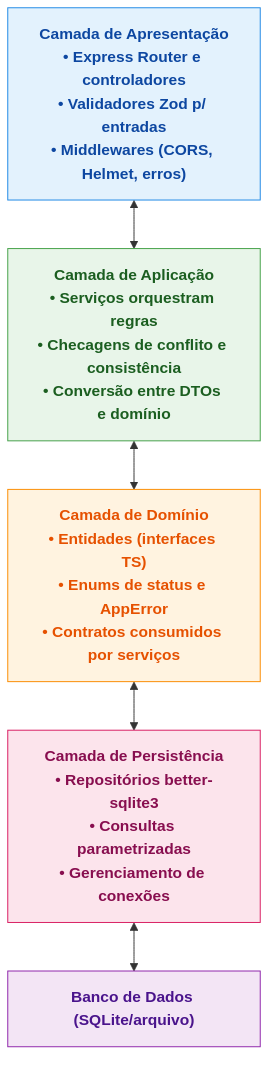
The Mermaid diagram uml/png/diagrama-estrutura-proposta.png in Ribapax/desSoft2502, before a commit. Its source is kept beside it as uml/diagrama-estrutura-proposta.mmd. The source it was exported from:
```mermaid
graph TD
    A["Camada de Apresentação<br/>• Express Router e controladores<br/>• Validadores Zod p/ entradas<br/>• Middlewares (CORS, Helmet, erros)"]
    B["Camada de Aplicação<br/>• Serviços orquestram regras
• Checagens de conflito e consistência
• Conversão entre DTOs e domínio"]
    C["Camada de Domínio<br/>• Entidades (interfaces TS)
• Enums de status e AppError
• Contratos consumidos por serviços"]
    D["Camada de Persistência<br/>• Repositórios better-sqlite3
• Consultas parametrizadas
• Gerenciamento de conexões"]
    E["Banco de Dados (SQLite/arquivo)"]

    A <--> B
    B <--> C
    C <--> D
    D <--> E

    classDef camada fill:#E3F2FD,stroke:#1E88E5,stroke-width:1px,color:#0D47A1,font-weight:bold
    classDef camadaInterna fill:#E8F5E9,stroke:#43A047,stroke-width:1px,color:#1B5E20,font-weight:bold
    classDef camadaDominio fill:#FFF3E0,stroke:#FB8C00,stroke-width:1px,color:#E65100,font-weight:bold
    classDef camadaPersistencia fill:#FCE4EC,stroke:#D81B60,stroke-width:1px,color:#880E4F,font-weight:bold
    classDef banco fill:#F3E5F5,stroke:#8E24AA,stroke-width:1px,color:#4A148C,font-weight:bold

    class A camada
    class B camadaInterna
    class C camadaDominio
    class D camadaPersistencia
    class E banco
```
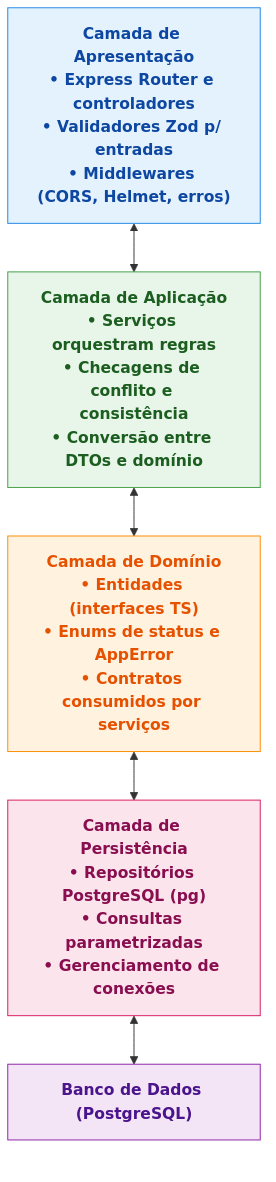
Later version of the same file.

Change to the diagram source:
```diff
@@ -6,10 +6,10 @@
     C["Camada de Domínio<br/>• Entidades (interfaces TS)
 • Enums de status e AppError
 • Contratos consumidos por serviços"]
-    D["Camada de Persistência<br/>• Repositórios better-sqlite3
+    D["Camada de Persistência<br/>• Repositórios PostgreSQL (pg)
 • Consultas parametrizadas
 • Gerenciamento de conexões"]
-    E["Banco de Dados (SQLite/arquivo)"]
+    E["Banco de Dados (PostgreSQL)"]
 
     A <--> B
     B <--> C
```
